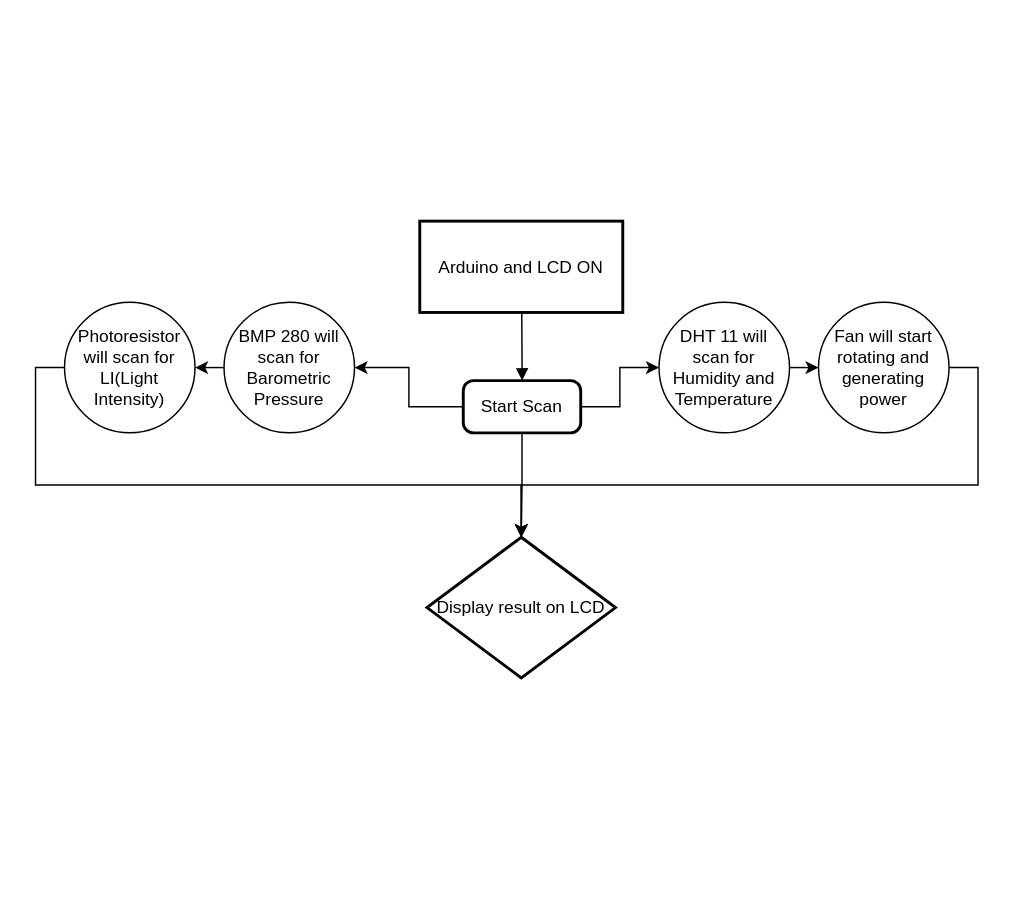
This is Untitled Diagram.drawio from ataves706/Number-Duel, a draw.io file, before an edit. Source tidied: cells renumbered, new cells numbered last; positions are measured from the earlier drawing's top-left corner, leaving out a move shared by most shapes. Both pictures are drawn from the tidied source at 145%, with x=0, y=0 at pixel (64, 220).
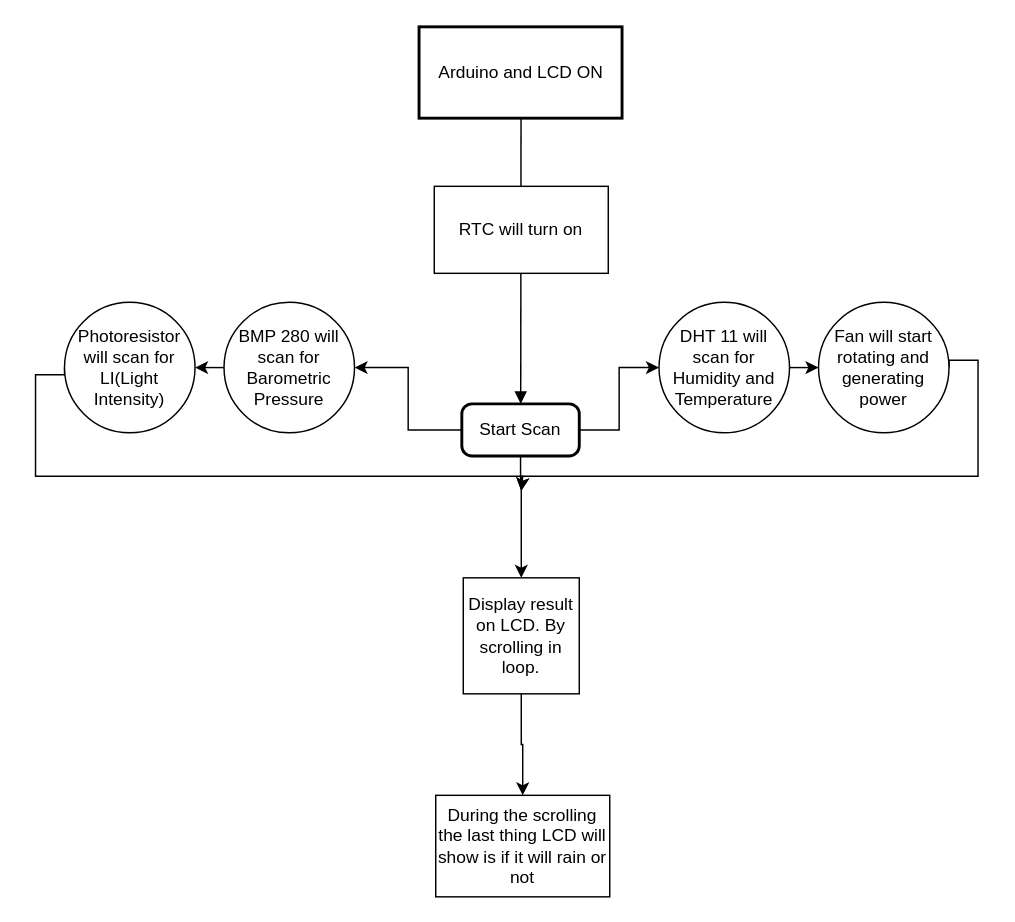
Above is the later version.

The change refers to these unchanged cells:
```xml
<mxCell id="12" value="Photoresistor will scan for LI(Light Intensity)" style="ellipse;whiteSpace=wrap;html=1;" parent="1" vertex="1">
  <mxGeometry y="56" width="90" height="90" as="geometry" />
</mxCell>
<mxCell id="16" value="Fan will start rotating and generating power" style="ellipse;whiteSpace=wrap;html=1;" parent="1" vertex="1">
  <mxGeometry x="520" y="56" width="90" height="90" as="geometry" />
</mxCell>
```

Change to the diagram source:
```diff
@@
     <mxCell id="2" value="Arduino and LCD ON" style="whiteSpace=wrap;strokeWidth=2;" parent="1" vertex="1">
-      <mxGeometry x="245" width="140" height="63" as="geometry" />
+      <mxGeometry x="244.5" y="-134" width="140" height="63" as="geometry" />
     </mxCell>
-    <mxCell id="3" style="edgeStyle=orthogonalEdgeStyle;rounded=0;jettySize=auto;html=1;entryX=0.5;entryY=0;entryDx=0;entryDy=0;" parent="1" edge="1" source="6" target="7">
-      <mxGeometry relative="1" as="geometry" />
+    <mxCell id="3" style="edgeStyle=orthogonalEdgeStyle;rounded=0;jettySize=auto;html=1;entryX=0.5;entryY=0;entryDx=0;entryDy=0;" parent="1" edge="1" source="6">
+      <mxGeometry relative="1" as="geometry">
+        <mxPoint x="315" y="186" as="targetPoint" />
+      </mxGeometry>
     </mxCell>
@@
     <mxCell id="6" value="Start Scan" style="rounded=1;absoluteArcSize=1;arcSize=14;whiteSpace=wrap;strokeWidth=2;" parent="1" vertex="1">
-      <mxGeometry x="275" y="110" width="81" height="36" as="geometry" />
+      <mxGeometry x="274" y="126" width="81" height="36" as="geometry" />
     </mxCell>
-    <mxCell id="7" value="Display result on LCD" style="rhombus;strokeWidth=2;whiteSpace=wrap;" parent="1" vertex="1">
-      <mxGeometry x="250" y="218" width="130" height="97" as="geometry" />
-    </mxCell>
@@
-    <mxCell id="11" style="edgeStyle=orthogonalEdgeStyle;rounded=0;jettySize=auto;html=1;exitX=0;exitY=0.5;exitDx=0;exitDy=0;entryX=0.5;entryY=0;entryDx=0;entryDy=0;" parent="1" edge="1" source="12" target="7">
-      <mxGeometry relative="1" as="geometry" />
+    <mxCell id="11" style="edgeStyle=orthogonalEdgeStyle;rounded=0;jettySize=auto;html=1;exitX=0;exitY=0.5;exitDx=0;exitDy=0;entryX=0.5;entryY=0;entryDx=0;entryDy=0;" parent="1" edge="1" source="12">
+      <mxGeometry relative="1" as="geometry">
+        <mxPoint x="315" y="186" as="targetPoint" />
+        <Array as="points">
+          <mxPoint y="106" />
+          <mxPoint x="-20" y="106" />
+          <mxPoint x="-20" y="176" />
+          <mxPoint x="316" y="176" />
+        </Array>
+      </mxGeometry>
     </mxCell>
@@
-    <mxCell id="15" style="edgeStyle=orthogonalEdgeStyle;rounded=0;jettySize=auto;html=1;exitX=1;exitY=0.5;exitDx=0;exitDy=0;entryX=0.5;entryY=0;entryDx=0;entryDy=0;" parent="1" edge="1" source="16" target="7">
+    <mxCell id="15" style="edgeStyle=orthogonalEdgeStyle;rounded=0;jettySize=auto;html=1;exitX=1;exitY=0.5;exitDx=0;exitDy=0;entryX=0.5;entryY=0;entryDx=0;entryDy=0;" parent="1" edge="1" source="16" target="18">
       <mxGeometry relative="1" as="geometry">
         <Array as="points">
-          <mxPoint x="630" y="101" />
-          <mxPoint x="630" y="182" />
-          <mxPoint x="315" y="182" />
+          <mxPoint x="610" y="96" />
+          <mxPoint x="630" y="96" />
+          <mxPoint x="630" y="176" />
+          <mxPoint x="315" y="176" />
         </Array>
       </mxGeometry>
     </mxCell>
@@
+    <mxCell id="17" style="edgeStyle=orthogonalEdgeStyle;rounded=0;jettySize=auto;html=1;entryX=0.5;entryY=0;entryDx=0;entryDy=0;" parent="1" edge="1" source="18" target="19">
+      <mxGeometry relative="1" as="geometry" />
+    </mxCell>
+    <mxCell id="18" value="Display result on LCD. By scrolling in loop." style="whiteSpace=wrap;html=1;" parent="1" vertex="1">
+      <mxGeometry x="275" y="246" width="80" height="80" as="geometry" />
+    </mxCell>
+    <mxCell id="19" value="During the scrolling the last thing LCD will show is if it will rain or not" style="rounded=0;whiteSpace=wrap;html=1;" parent="1" vertex="1">
+      <mxGeometry x="256" y="396" width="120" height="70" as="geometry" />
+    </mxCell>
+    <mxCell id="20" value="RTC will turn on" style="rounded=0;whiteSpace=wrap;html=1;" parent="1" vertex="1">
+      <mxGeometry x="255" y="-24" width="120" height="60" as="geometry" />
+    </mxCell>
```
